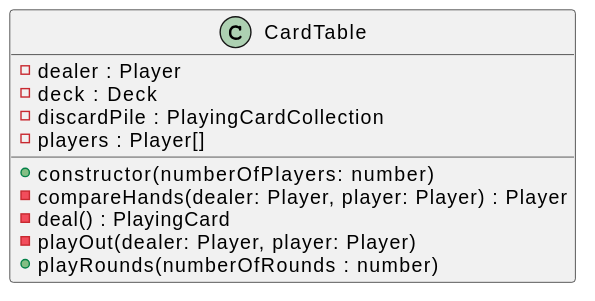
Above: .readme/challenging-card-table.svg in julianmorn/1DV025-1.11.2022-NY (PlantUML), before the change. Its diagram source:
```plantuml
@startuml
class CardTable{
    -dealer : Player
    -deck : Deck
    -discardPile : PlayingCardCollection
    -players : Player[]
    +constructor(numberOfPlayers: number)
    -compareHands(dealer: Player, player: Player) : Player
    -deal() : PlayingCard
    -playOut(dealer: Player, player: Player)
    +playRounds(numberOfRounds : number)
  }
@enduml
```
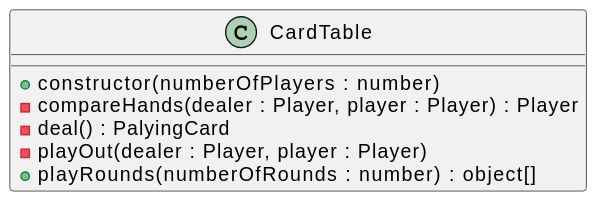
After the change.

The edit, as a diff of the source:
```diff
@@ -1,13 +1,9 @@
 @startuml
 class CardTable{
-    -dealer : Player
-    -deck : Deck
-    -discardPile : PlayingCardCollection
-    -players : Player[]
-    +constructor(numberOfPlayers: number)
-    -compareHands(dealer: Player, player: Player) : Player
-    -deal() : PlayingCard
-    -playOut(dealer: Player, player: Player)
-    +playRounds(numberOfRounds : number)
+    +constructor(numberOfPlayers : number)
+    -compareHands(dealer : Player, player : Player) : Player
+    -deal() : PalyingCard
+    -playOut(dealer : Player, player : Player)
+    +playRounds(numberOfRounds : number) : object[]
   }
 @enduml
```
